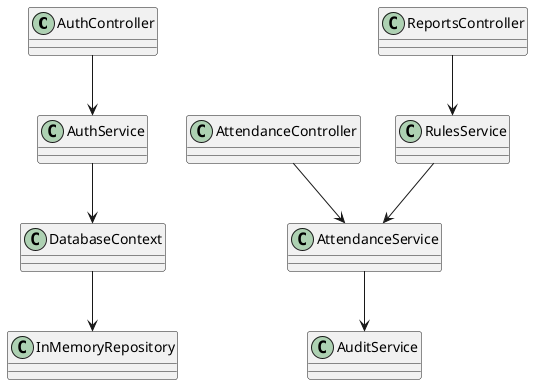
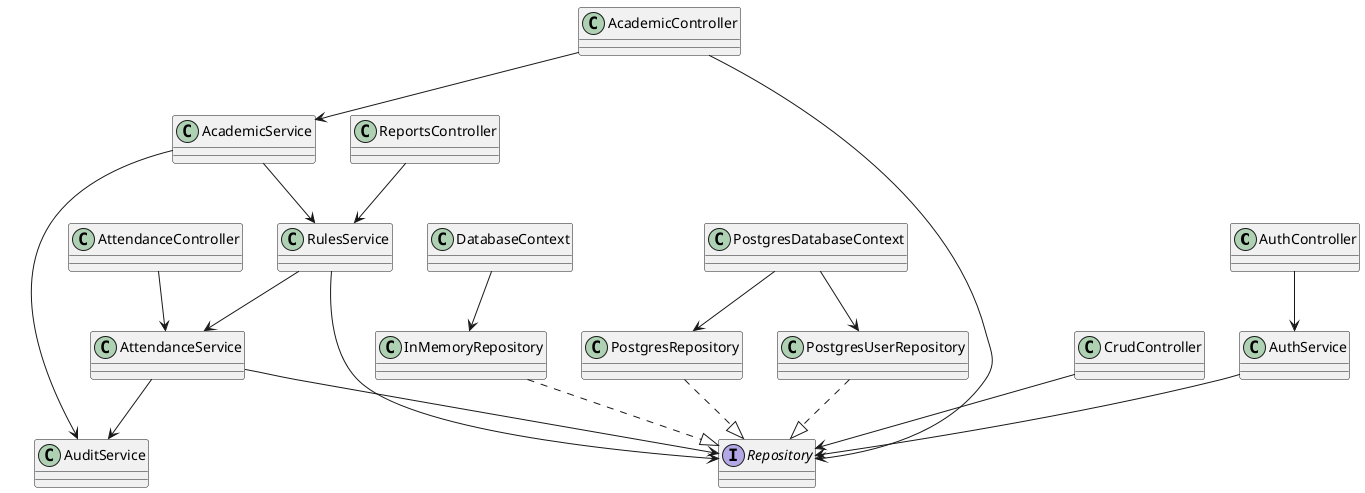
@startuml
class AuthController
+ class CrudController
class AttendanceController
class ReportsController
+ class AcademicController
class AuthService
class AttendanceService
class RulesService
+ class AcademicService
class AuditService
+ interface Repository
class InMemoryRepository
+ class PostgresRepository
+ class PostgresUserRepository
class DatabaseContext
+ class PostgresDatabaseContext
+ 
AuthController --> AuthService
+ CrudController --> Repository
AttendanceController --> AttendanceService
ReportsController --> RulesService
+ AcademicController --> AcademicService
+ AcademicController --> Repository
AttendanceService --> AuditService
- AuthService --> DatabaseContext
+ AttendanceService --> Repository
+ AcademicService --> RulesService
+ AcademicService --> AuditService
+ AuthService --> Repository
RulesService --> AttendanceService
+ RulesService --> Repository
+ InMemoryRepository ..|> Repository
+ PostgresRepository ..|> Repository
+ PostgresUserRepository ..|> Repository
DatabaseContext --> InMemoryRepository
+ PostgresDatabaseContext --> PostgresRepository
+ PostgresDatabaseContext --> PostgresUserRepository
@enduml
